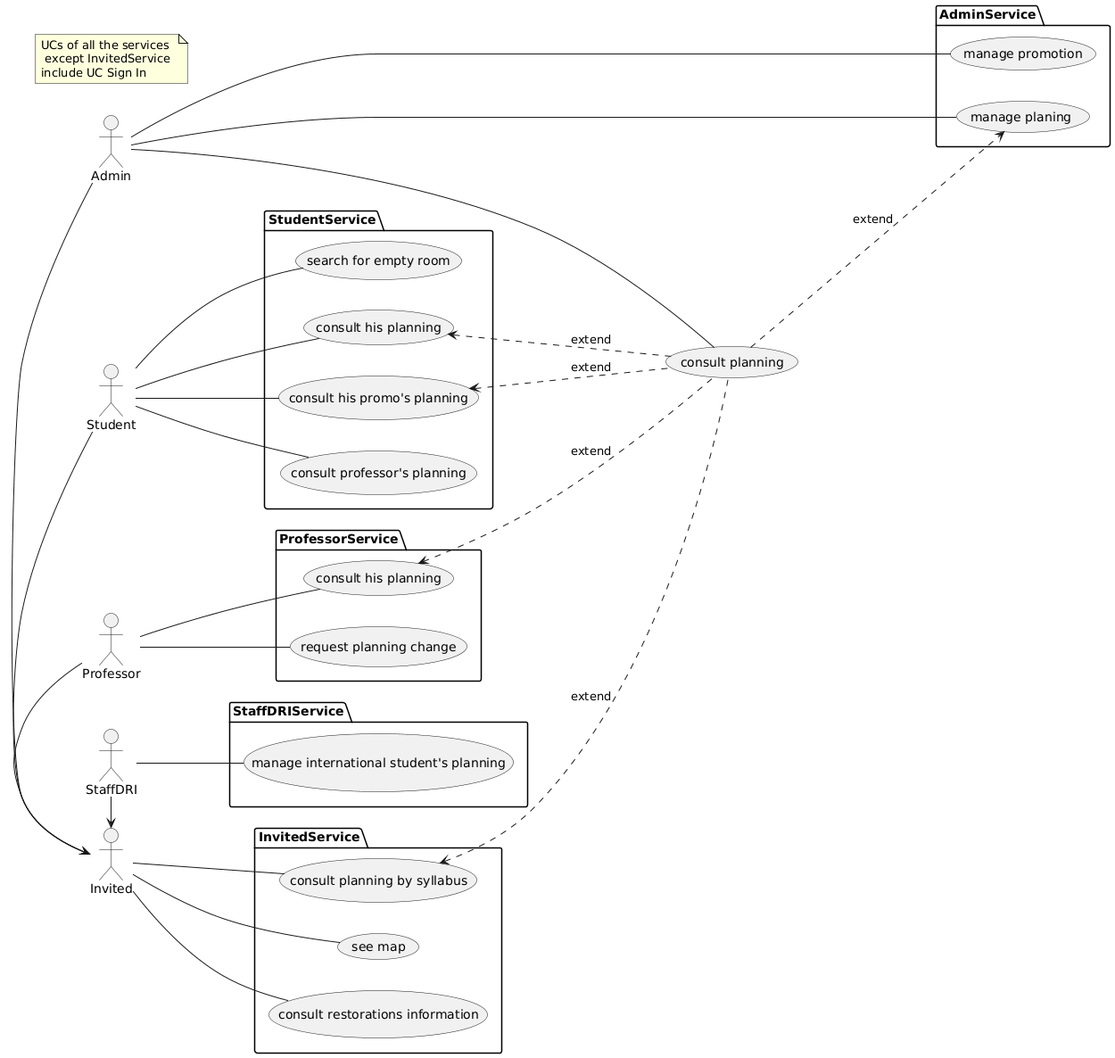
Before: diagrams/user_case/UserCase_general.png, a diagram exported from PlantUML (JoshuaDixon23/Hyperplanning). Source of this version:
```plantuml
@startuml
left to right direction

actor Invited as I
package InvitedService {
(consult planning by syllabus) as cp
(see map) as sp
(consult restorations information) as cri
}

actor Student as S
package StudentService {
(search for empty room) as sfer
(consult his planning) as chp
(consult his promo's planning) as chpp
(consult professor's planning) as cpp
}

actor StaffDRI as SD
package StaffDRIService {
(manage international student's planning) as misp


}
actor Professor as P
package ProfessorService {

(consult his planning) as chppro
(request planning change) as rpc


}
actor Admin as A
package AdminService {
(manage planing ) as mp
(manage promotion) as mpromo

}


I -- cp
I -- sp
I -- cri


S -- sfer
S -- chp
S -- chpp
S -- cpp

S -> I


SD -- misp
SD -> I


P -- chppro
P -- rpc

P -> I

A -- mp
A -- mpromo

A -> I

(consult planning) as consult

chppro <.-- consult : "extend"
chp <.-- consult : "extend"
chpp <.-- consult : "extend"
cp <.-- consult : "extend"

A -- consult
consult .--> mp : "extend"

note "UCs of all the services\n except InvitedService \ninclude UC Sign In" as N1
@enduml
```
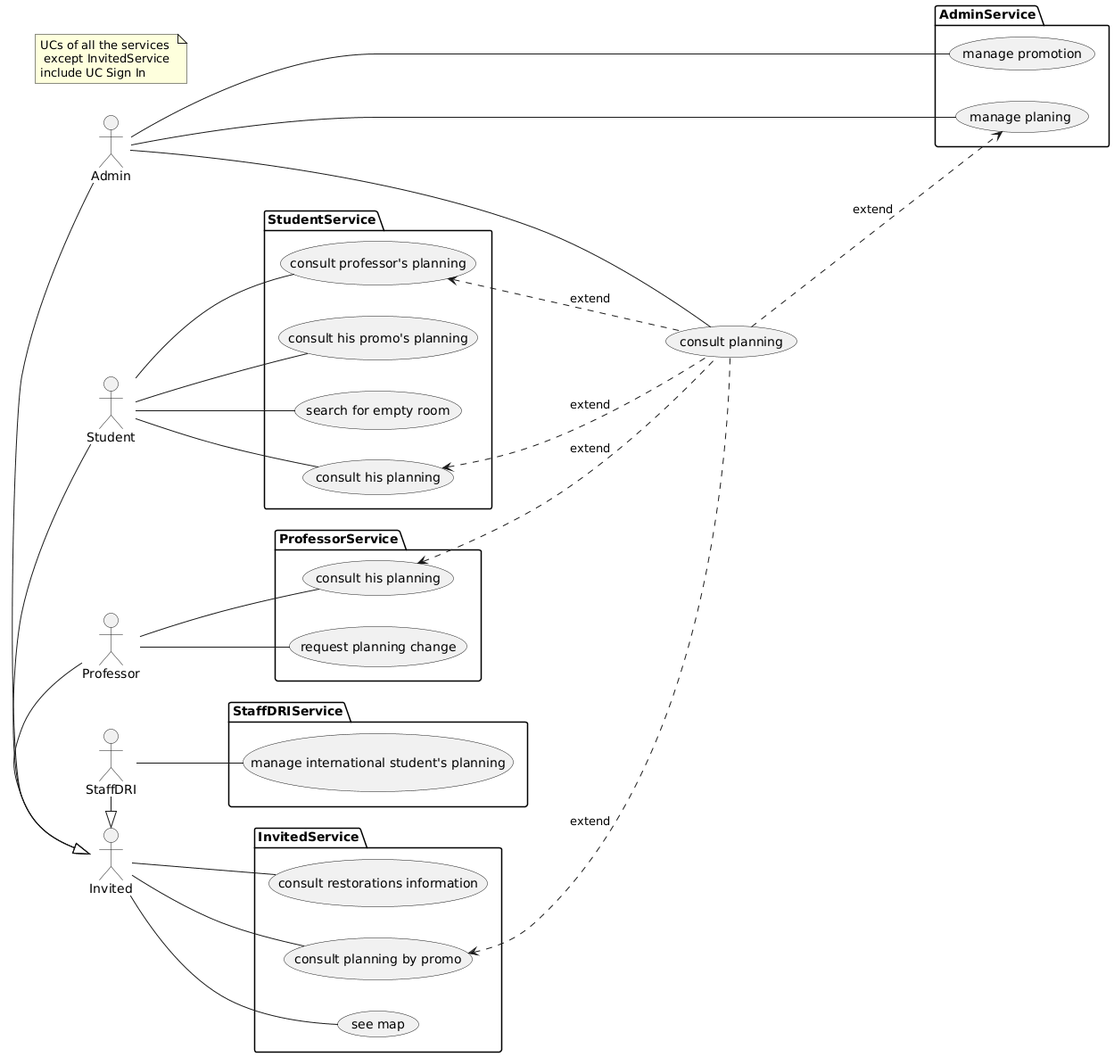
After the commit.

Commit message:
Update UC diagram image + structuration of dossier of user case

Change to the diagram source:
```diff
@@ -3,7 +3,7 @@
 
 actor Invited as I
 package InvitedService {
-(consult planning by syllabus) as cp
+(consult planning by promo) as cp
 (see map) as sp
 (consult restorations information) as cri
 }
@@ -12,8 +12,8 @@
 package StudentService {
 (search for empty room) as sfer
 (consult his planning) as chp
+(consult professor's planning) as cpp
 (consult his promo's planning) as chpp
-(consult professor's planning) as cpp
 }
 
 actor StaffDRI as SD
@@ -32,9 +32,8 @@
 }
 actor Admin as A
 package AdminService {
+(manage promotion) as mpromo
 (manage planing ) as mp
-(manage promotion) as mpromo
-
 }
 
 
@@ -48,32 +47,31 @@
 S -- chpp
 S -- cpp
 
-S -> I
+S -|> I
 
 
 SD -- misp
-SD -> I
+SD -|> I
 
 
 P -- chppro
 P -- rpc
 
-P -> I
+P -|> I
 
+A -- mpromo
 A -- mp
-A -- mpromo
 
-A -> I
+A -|> I
 
 (consult planning) as consult
 
+consult .--> mp : "extend"
+A -- consult
+chp <.-- consult : "extend"
+cpp <.-- consult : "extend"
 chppro <.-- consult : "extend"
-chp <.-- consult : "extend"
-chpp <.-- consult : "extend"
 cp <.-- consult : "extend"
-
-A -- consult
-consult .--> mp : "extend"
 
 note "UCs of all the services\n except InvitedService \ninclude UC Sign In" as N1
 @enduml
```
